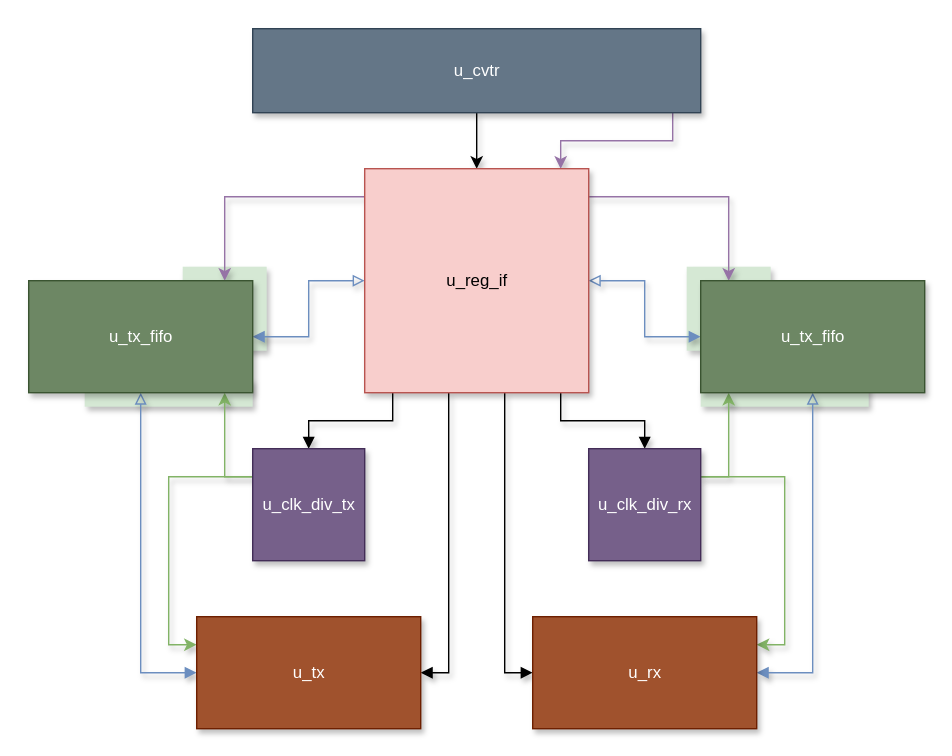
The draw.io diagram document/svg/uart_top.svg in DSi-VLSI/dual-helix-soc, before a commit. Source tidied: cells renumbered, new cells last; positions are measured from the earlier drawing's top-left corner, leaving out a move shared by most shapes.
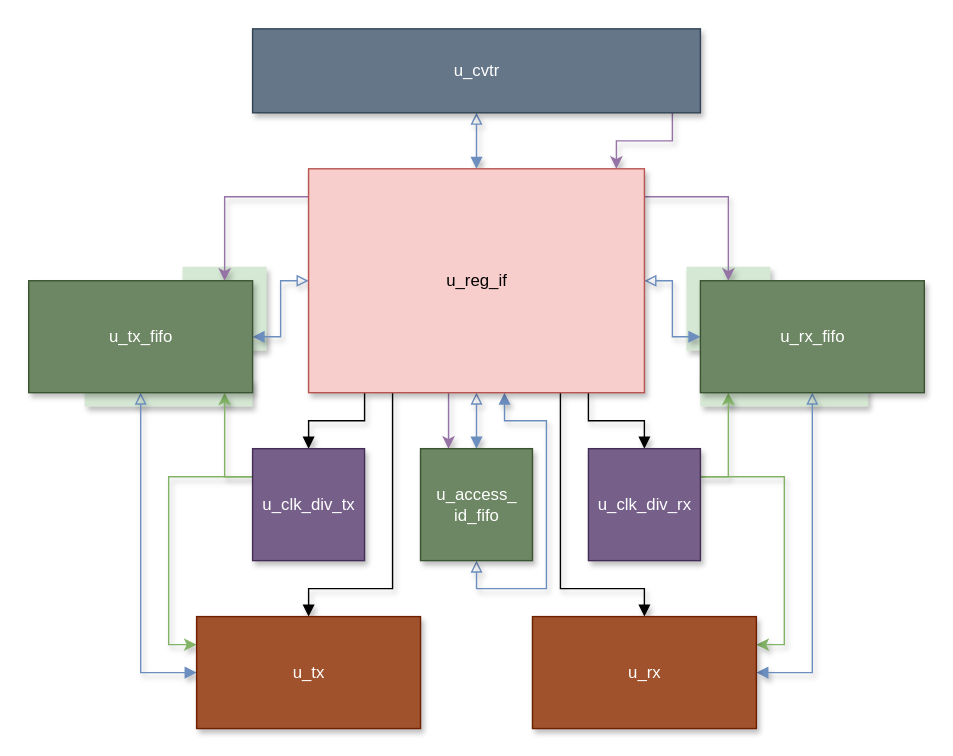
Later version of the same file.

The edit, as a diff of the source:
```diff
@@ -2,9 +2,9 @@
   <root>
     <mxCell id="0" />
     <mxCell id="1" parent="0" />
-    <mxCell id="2" style="rounded=0;whiteSpace=wrap;html=1;strokeColor=none;shadow=0;" parent="1" vertex="1">
-      <mxGeometry width="680" height="540" as="geometry" />
-    </mxCell>
+    <mxCell id="31" style="rounded=0;whiteSpace=wrap;html=1;shadow=0;strokeColor=none;" parent="1" vertex="1">
+      <mxGeometry width="680" height="540" as="geometry" />
+    </mxCell>
     <mxCell id="3" style="rounded=0;whiteSpace=wrap;html=1;fillColor=#d5e8d4;strokeColor=none;shadow=1;" parent="1" vertex="1">
       <mxGeometry x="500" y="270" width="120" height="20" as="geometry" />
     </mxCell>
@@ -17,14 +17,14 @@
     <mxCell id="6" style="rounded=0;whiteSpace=wrap;html=1;strokeColor=none;fillColor=#d5e8d4;shadow=1;" parent="1" vertex="1">
       <mxGeometry x="130" y="190" width="60" height="60" as="geometry" />
     </mxCell>
-    <mxCell id="7" style="edgeStyle=orthogonalEdgeStyle;rounded=0;jettySize=auto;html=1;shadow=1;" parent="1" edge="1" source="9" target="18">
+    <mxCell id="7" style="edgeStyle=orthogonalEdgeStyle;rounded=0;jettySize=auto;html=1;shadow=1;strokeColor=#6c8ebf;align=center;verticalAlign=middle;fontFamily=Helvetica;fontSize=11;fontColor=default;labelBackgroundColor=default;startArrow=block;startFill=0;endArrow=block;endFill=1;fillColor=#dae8fc;" parent="1" edge="1" source="9" target="18">
       <mxGeometry relative="1" as="geometry" />
     </mxCell>
     <mxCell id="8" style="edgeStyle=orthogonalEdgeStyle;rounded=0;jettySize=auto;html=1;fillColor=#e1d5e7;strokeColor=#9673a6;shadow=1;" parent="1" edge="1" source="9" target="18">
       <mxGeometry relative="1" as="geometry">
         <Array as="points">
           <mxPoint x="480" y="100" />
-          <mxPoint x="400" y="100" />
+          <mxPoint x="440" y="100" />
         </Array>
       </mxGeometry>
     </mxCell>
@@ -34,7 +34,7 @@
     <mxCell id="10" style="edgeStyle=orthogonalEdgeStyle;rounded=0;jettySize=auto;html=1;endArrow=block;endFill=1;shadow=1;" parent="1" edge="1" source="18" target="21">
       <mxGeometry relative="1" as="geometry">
         <Array as="points">
-          <mxPoint x="280" y="300" />
+          <mxPoint x="260" y="300" />
           <mxPoint x="220" y="300" />
         </Array>
       </mxGeometry>
@@ -42,7 +42,7 @@
     <mxCell id="11" style="edgeStyle=orthogonalEdgeStyle;rounded=0;jettySize=auto;html=1;align=center;verticalAlign=middle;fontFamily=Helvetica;fontSize=11;fontColor=default;labelBackgroundColor=default;endArrow=block;strokeColor=default;endFill=1;shadow=1;" parent="1" edge="1" source="18" target="24">
       <mxGeometry relative="1" as="geometry">
         <Array as="points">
-          <mxPoint x="400" y="300" />
+          <mxPoint x="420" y="300" />
           <mxPoint x="460" y="300" />
         </Array>
       </mxGeometry>
@@ -50,14 +50,16 @@
     <mxCell id="12" style="edgeStyle=orthogonalEdgeStyle;rounded=0;jettySize=auto;html=1;strokeColor=default;align=center;verticalAlign=middle;fontFamily=Helvetica;fontSize=11;fontColor=default;labelBackgroundColor=default;endArrow=block;endFill=1;shadow=1;" parent="1" edge="1" source="18" target="29">
       <mxGeometry relative="1" as="geometry">
         <Array as="points">
-          <mxPoint x="320" y="480" />
+          <mxPoint x="280" y="420" />
+          <mxPoint x="220" y="420" />
         </Array>
       </mxGeometry>
     </mxCell>
     <mxCell id="13" style="edgeStyle=orthogonalEdgeStyle;rounded=0;jettySize=auto;html=1;strokeColor=default;align=center;verticalAlign=middle;fontFamily=Helvetica;fontSize=11;fontColor=default;labelBackgroundColor=default;endArrow=block;endFill=1;shadow=1;" parent="1" edge="1" source="18" target="30">
       <mxGeometry relative="1" as="geometry">
         <Array as="points">
-          <mxPoint x="360" y="480" />
+          <mxPoint x="400" y="420" />
+          <mxPoint x="460" y="420" />
         </Array>
       </mxGeometry>
     </mxCell>
@@ -81,8 +83,29 @@
         </Array>
       </mxGeometry>
     </mxCell>
+    <mxCell id="32" style="edgeStyle=orthogonalEdgeStyle;rounded=0;jettySize=auto;html=1;shadow=1;strokeColor=#9673a6;align=center;verticalAlign=middle;fontFamily=Helvetica;fontSize=11;fontColor=default;labelBackgroundColor=default;endArrow=classic;fillColor=#e1d5e7;" parent="1" edge="1" source="18" target="35">
+      <mxGeometry relative="1" as="geometry">
+        <Array as="points">
+          <mxPoint x="320" y="300" />
+          <mxPoint x="320" y="300" />
+        </Array>
+      </mxGeometry>
+    </mxCell>
+    <mxCell id="33" style="edgeStyle=orthogonalEdgeStyle;rounded=0;jettySize=auto;html=1;shadow=1;strokeColor=#6c8ebf;align=center;verticalAlign=middle;fontFamily=Helvetica;fontSize=11;fontColor=default;labelBackgroundColor=default;startArrow=block;startFill=0;endArrow=block;endFill=1;fillColor=#dae8fc;" parent="1" edge="1" source="18" target="35">
+      <mxGeometry relative="1" as="geometry" />
+    </mxCell>
+    <mxCell id="34" style="edgeStyle=orthogonalEdgeStyle;rounded=0;jettySize=auto;html=1;shadow=1;strokeColor=#6c8ebf;align=center;verticalAlign=middle;fontFamily=Helvetica;fontSize=11;fontColor=default;labelBackgroundColor=default;startArrow=block;startFill=0;endArrow=block;endFill=1;fillColor=#dae8fc;" parent="1" edge="1" source="35" target="18">
+      <mxGeometry relative="1" as="geometry">
+        <Array as="points">
+          <mxPoint x="340" y="420" />
+          <mxPoint x="390" y="420" />
+          <mxPoint x="390" y="300" />
+          <mxPoint x="360" y="300" />
+        </Array>
+      </mxGeometry>
+    </mxCell>
     <mxCell id="18" value="u_reg_if" style="rounded=0;whiteSpace=wrap;html=1;fillColor=#f8cecc;strokeColor=#b85450;shadow=1;" parent="1" vertex="1">
-      <mxGeometry x="260" y="120" width="160" height="160" as="geometry" />
+      <mxGeometry x="220" y="120" width="240" height="160" as="geometry" />
     </mxCell>
     <mxCell id="19" style="edgeStyle=orthogonalEdgeStyle;rounded=0;jettySize=auto;html=1;strokeColor=#82b366;align=center;verticalAlign=middle;fontFamily=Helvetica;fontSize=11;fontColor=default;labelBackgroundColor=default;endArrow=classic;fillColor=#d5e8d4;shadow=1;" parent="1" edge="1" source="21" target="26">
       <mxGeometry relative="1" as="geometry">
@@ -137,7 +160,7 @@
         </Array>
       </mxGeometry>
     </mxCell>
-    <mxCell id="28" value="u_tx_fifo" style="rounded=0;whiteSpace=wrap;html=1;fillColor=#6d8764;fontColor=#ffffff;strokeColor=#3A5431;shadow=1;" parent="1" vertex="1">
+    <mxCell id="28" value="u_rx_fifo" style="rounded=0;whiteSpace=wrap;html=1;fillColor=#6d8764;fontColor=#ffffff;strokeColor=#3A5431;shadow=1;" parent="1" vertex="1">
       <mxGeometry x="500" y="200" width="160" height="80" as="geometry" />
     </mxCell>
     <mxCell id="29" value="u_tx" style="rounded=0;whiteSpace=wrap;html=1;fillColor=#a0522d;fontColor=#ffffff;strokeColor=#6D1F00;shadow=1;" parent="1" vertex="1">
@@ -146,5 +169,8 @@
     <mxCell id="30" value="u_rx" style="rounded=0;whiteSpace=wrap;html=1;fillColor=#a0522d;fontColor=#ffffff;strokeColor=#6D1F00;shadow=1;" parent="1" vertex="1">
       <mxGeometry x="380" y="440" width="160" height="80" as="geometry" />
     </mxCell>
+    <mxCell id="35" value="u_access_&lt;div&gt;id_fifo&lt;/div&gt;" style="rounded=0;whiteSpace=wrap;html=1;fillColor=#6d8764;fontColor=#ffffff;strokeColor=#3A5431;shadow=1;" parent="1" vertex="1">
+      <mxGeometry x="300" y="320" width="80" height="80" as="geometry" />
+    </mxCell>
   </root>
 </mxGraphModel>
```
